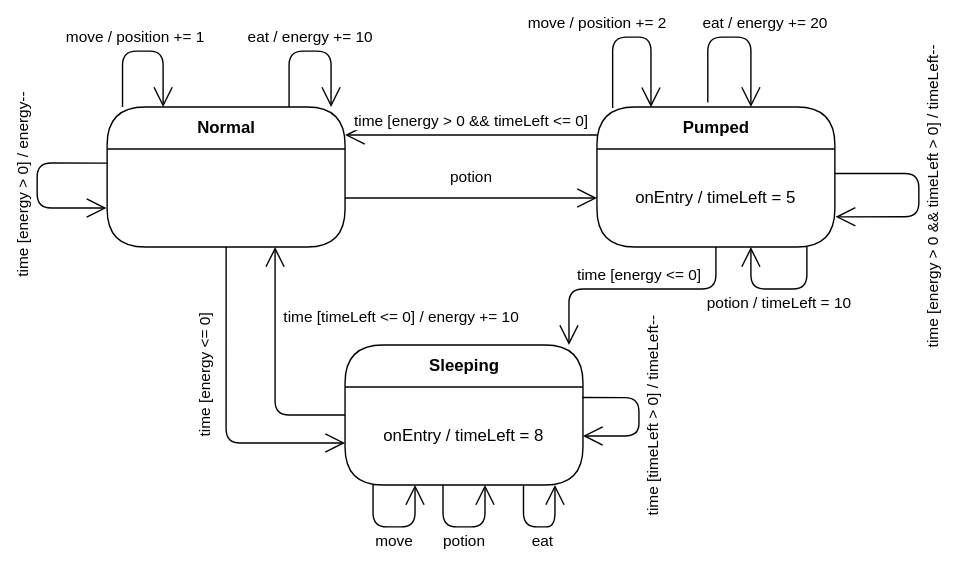
Above: images/uml/state-state.svg in arestivo/designpatterns-hero (draw.io), before the change. Source tidied: cells renumbered, new cells last; positions are measured from the earlier drawing's top-left corner, leaving out a move shared by most shapes.
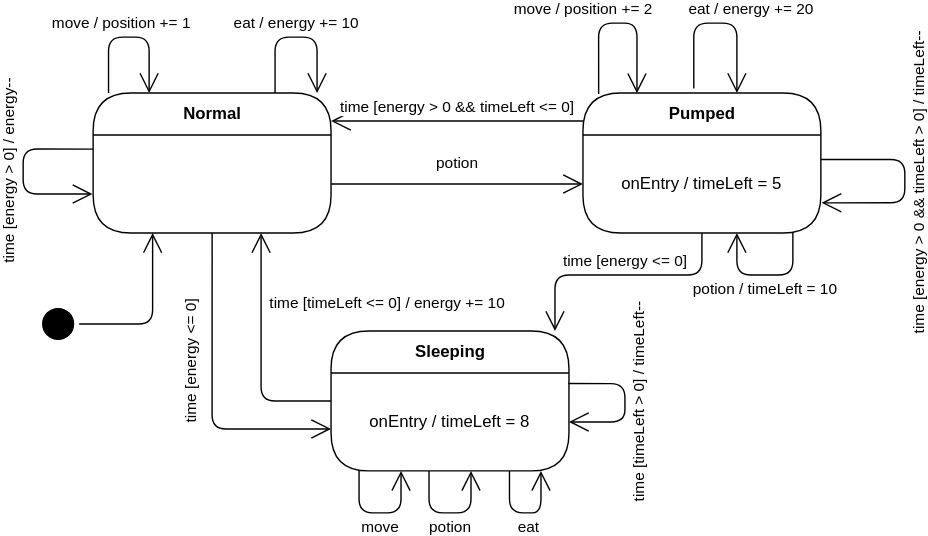
The same diagram one commit later.

Commit message:
Added start state to state diagram

The edit, as a diff of the source:
```diff
@@ -148,5 +148,11 @@
         <mxPoint x="-4" y="-10" as="offset" />
       </mxGeometry>
     </mxCell>
+    <mxCell id="23" style="ellipse;html=1;shape=startState;fillColor=#000000;" parent="1" vertex="1">
+      <mxGeometry x="10" y="200" width="30" height="30" as="geometry" />
+    </mxCell>
+    <mxCell id="24" style="edgeStyle=orthogonalEdgeStyle;html=1;verticalAlign=bottom;endArrow=open;endSize=12;startSize=12;entryX=0.25;entryY=1;entryDx=0;entryDy=0;" parent="1" edge="1" source="23" target="11">
+      <mxGeometry relative="1" as="geometry" />
+    </mxCell>
   </root>
 </mxGraphModel>
```
